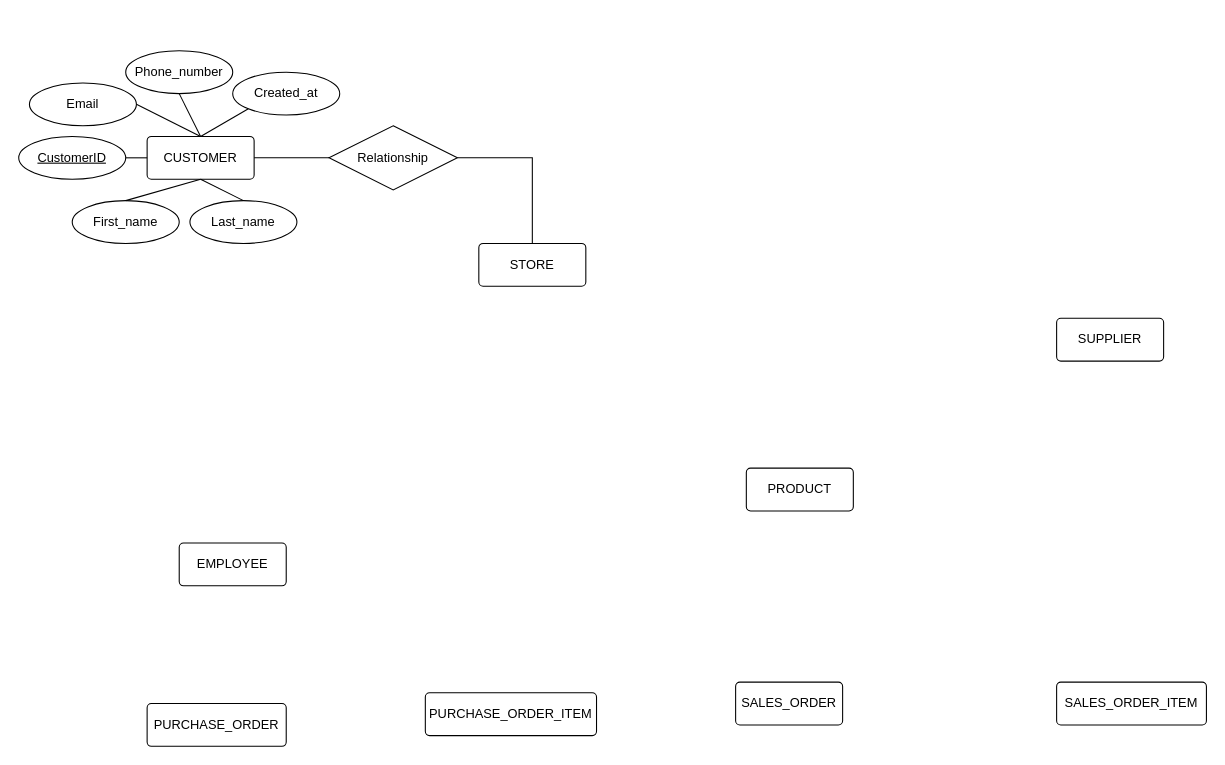
Before: diagrams/EER_563.drawio in Shantanu-Barua/prt563_dbdesign, a draw.io diagram. Source tidied: cells renumbered, new cells numbered last; positions are measured from the earlier drawing's top-left corner, leaving out a move shared by most shapes. Both pictures are drawn from the tidied source at 107%, with x=0, y=0 at pixel (18, 50).
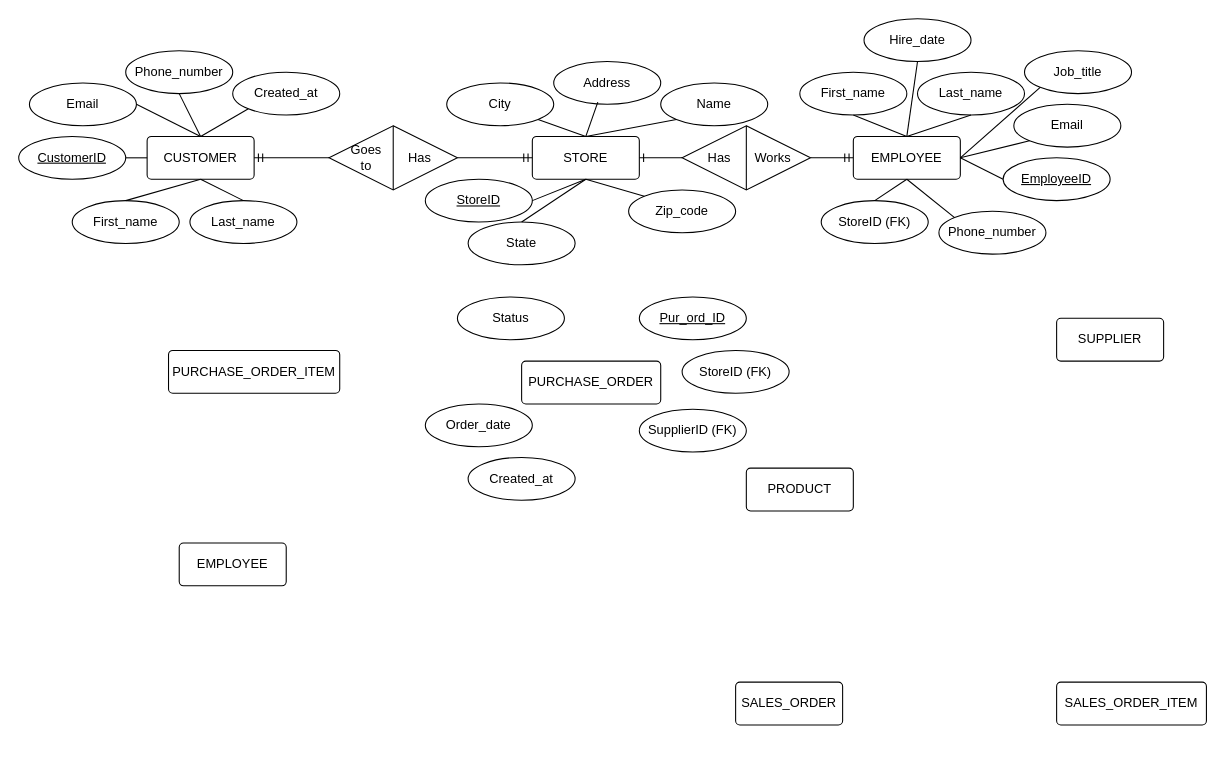
After the change.

Unchanged cells that the change refers to:
```xml
<mxCell id="2" value="CUSTOMER" style="rounded=1;arcSize=10;whiteSpace=wrap;html=1;align=center;" parent="1" vertex="1">
  <mxGeometry x="120" y="80" width="100" height="40" as="geometry" />
</mxCell>
```

What changed in the source:
```diff
@@
     <mxCell id="4" value="STORE" style="rounded=1;arcSize=10;whiteSpace=wrap;html=1;align=center;" parent="1" vertex="1">
-      <mxGeometry x="430" y="180" width="100" height="40" as="geometry" />
+      <mxGeometry x="480" y="80" width="100" height="40" as="geometry" />
     </mxCell>
@@
-    <mxCell id="9" value="PURCHASE_ORDER_ITEM" style="rounded=1;arcSize=10;whiteSpace=wrap;html=1;align=center;" parent="1" vertex="1">
-      <mxGeometry x="380" y="600" width="160" height="40" as="geometry" />
-    </mxCell>
-    <mxCell id="10" value="PURCHASE_ORDER" style="rounded=1;arcSize=10;whiteSpace=wrap;html=1;align=center;" parent="1" vertex="1">
-      <mxGeometry x="120" y="610" width="130" height="40" as="geometry" />
-    </mxCell>
@@
-    <mxCell id="12" value="Relationship" style="shape=rhombus;perimeter=rhombusPerimeter;whiteSpace=wrap;html=1;align=center;" parent="1" vertex="1">
-      <mxGeometry x="290" y="70" width="120" height="60" as="geometry" />
-    </mxCell>
@@
-    <mxCell id="24" style="endArrow=none;html=1;rounded=0;exitX=1;exitY=0.5;exitDx=0;exitDy=0;entryX=0;entryY=0.5;entryDx=0;entryDy=0;" parent="1" edge="1" source="2" target="12">
-      <mxGeometry relative="1" as="geometry" />
-    </mxCell>
+    <mxCell id="26" style="edgeStyle=entityRelationEdgeStyle;fontSize=12;html=1;endArrow=ERmandOne;rounded=0;entryX=1;entryY=0.5;entryDx=0;entryDy=0;exitX=0;exitY=0.5;exitDx=0;exitDy=0;" parent="1" edge="1" source="12" target="2">
+      <mxGeometry relative="1" as="geometry">
+        <Array as="points">
+          <mxPoint x="520" y="100" />
+          <mxPoint x="490" y="120" />
+          <mxPoint x="530" y="100" />
+          <mxPoint x="510" y="110" />
+          <mxPoint x="520" y="10" />
+          <mxPoint x="590" />
+          <mxPoint x="490" y="140" />
+          <mxPoint x="510" y="100" />
+          <mxPoint x="500" y="90" />
+          <mxPoint x="500" y="140" />
+        </Array>
+      </mxGeometry>
+    </mxCell>
+    <mxCell id="27" style="edgeStyle=entityRelationEdgeStyle;fontSize=12;html=1;endArrow=ERmandOne;endFill=0;rounded=0;entryX=0;entryY=0.5;entryDx=0;entryDy=0;exitX=1;exitY=0.5;exitDx=0;exitDy=0;" parent="1" edge="1" source="62" target="40">
+      <mxGeometry relative="1" as="geometry" />
+    </mxCell>
+    <mxCell id="28" value="Name" style="ellipse;whiteSpace=wrap;html=1;align=center;" parent="1" vertex="1">
+      <mxGeometry x="600" y="30" width="100" height="40" as="geometry" />
+    </mxCell>
+    <mxCell id="29" value="&lt;u&gt;StoreID&lt;/u&gt;" style="ellipse;whiteSpace=wrap;html=1;align=center;" parent="1" vertex="1">
+      <mxGeometry x="380" y="120" width="100" height="40" as="geometry" />
+    </mxCell>
+    <mxCell id="30" value="Address" style="ellipse;whiteSpace=wrap;html=1;align=center;" parent="1" vertex="1">
+      <mxGeometry x="500" y="10" width="100" height="40" as="geometry" />
+    </mxCell>
+    <mxCell id="31" value="City" style="ellipse;whiteSpace=wrap;html=1;align=center;" parent="1" vertex="1">
+      <mxGeometry x="400" y="30" width="100" height="40" as="geometry" />
+    </mxCell>
+    <mxCell id="32" value="State" style="ellipse;whiteSpace=wrap;html=1;align=center;" parent="1" vertex="1">
+      <mxGeometry x="420" y="160" width="100" height="40" as="geometry" />
+    </mxCell>
+    <mxCell id="33" value="Zip_code" style="ellipse;whiteSpace=wrap;html=1;align=center;" parent="1" vertex="1">
+      <mxGeometry x="570" y="130" width="100" height="40" as="geometry" />
+    </mxCell>
+    <mxCell id="34" style="endArrow=none;html=1;rounded=0;exitX=0.412;exitY=0.95;exitDx=0;exitDy=0;entryX=0.5;entryY=0;entryDx=0;entryDy=0;exitPerimeter=0;" parent="1" edge="1" source="30" target="4">
+      <mxGeometry relative="1" as="geometry" />
+    </mxCell>
+    <mxCell id="35" style="endArrow=none;html=1;rounded=0;exitX=0;exitY=1;exitDx=0;exitDy=0;entryX=0.5;entryY=0;entryDx=0;entryDy=0;" parent="1" edge="1" source="28" target="4">
+      <mxGeometry relative="1" as="geometry" />
+    </mxCell>
+    <mxCell id="36" style="endArrow=none;html=1;rounded=0;exitX=1;exitY=1;exitDx=0;exitDy=0;entryX=0.5;entryY=0;entryDx=0;entryDy=0;" parent="1" edge="1" source="31" target="4">
+      <mxGeometry relative="1" as="geometry" />
+    </mxCell>
+    <mxCell id="37" style="endArrow=none;html=1;rounded=0;exitX=1;exitY=0.5;exitDx=0;exitDy=0;entryX=0.5;entryY=1;entryDx=0;entryDy=0;" parent="1" edge="1" source="29" target="4">
+      <mxGeometry relative="1" as="geometry" />
+    </mxCell>
+    <mxCell id="38" style="endArrow=none;html=1;rounded=0;exitX=0;exitY=0;exitDx=0;exitDy=0;entryX=0.5;entryY=1;entryDx=0;entryDy=0;" parent="1" edge="1" source="33" target="4">
+      <mxGeometry relative="1" as="geometry" />
+    </mxCell>
+    <mxCell id="39" style="endArrow=none;html=1;rounded=0;exitX=0.5;exitY=1;exitDx=0;exitDy=0;entryX=0.5;entryY=0;entryDx=0;entryDy=0;" parent="1" edge="1" source="4" target="32">
+      <mxGeometry relative="1" as="geometry" />
+    </mxCell>
+    <mxCell id="40" value="EMPLOYEE" style="rounded=1;arcSize=10;whiteSpace=wrap;html=1;align=center;" parent="1" vertex="1">
+      <mxGeometry x="780" y="80" width="100" height="40" as="geometry" />
+    </mxCell>
+    <mxCell id="41" value="&lt;u&gt;EmployeeID&lt;/u&gt;" style="ellipse;whiteSpace=wrap;html=1;align=center;" parent="1" vertex="1">
+      <mxGeometry x="920" y="100" width="100" height="40" as="geometry" />
+    </mxCell>
+    <mxCell id="42" value="First_name" style="ellipse;whiteSpace=wrap;html=1;align=center;" parent="1" vertex="1">
+      <mxGeometry x="730" y="20" width="100" height="40" as="geometry" />
+    </mxCell>
+    <mxCell id="43" value="Last_name" style="ellipse;whiteSpace=wrap;html=1;align=center;" parent="1" vertex="1">
+      <mxGeometry x="840" y="20" width="100" height="40" as="geometry" />
+    </mxCell>
+    <mxCell id="44" value="Email" style="ellipse;whiteSpace=wrap;html=1;align=center;" parent="1" vertex="1">
+      <mxGeometry x="930" y="50" width="100" height="40" as="geometry" />
+    </mxCell>
+    <mxCell id="45" value="Phone_number" style="ellipse;whiteSpace=wrap;html=1;align=center;" parent="1" vertex="1">
+      <mxGeometry x="860" y="150" width="100" height="40" as="geometry" />
+    </mxCell>
+    <mxCell id="46" value="StoreID (FK)" style="ellipse;whiteSpace=wrap;html=1;align=center;" parent="1" vertex="1">
+      <mxGeometry x="750" y="140" width="100" height="40" as="geometry" />
+    </mxCell>
+    <mxCell id="47" value="Hire_date" style="ellipse;whiteSpace=wrap;html=1;align=center;" parent="1" vertex="1">
+      <mxGeometry x="790" y="-30" width="100" height="40" as="geometry" />
+    </mxCell>
+    <mxCell id="48" value="Job_title" style="ellipse;whiteSpace=wrap;html=1;align=center;" parent="1" vertex="1">
+      <mxGeometry x="940" width="100" height="40" as="geometry" />
+    </mxCell>
+    <mxCell id="49" style="endArrow=none;html=1;rounded=0;exitX=0.5;exitY=1;exitDx=0;exitDy=0;entryX=0.5;entryY=0;entryDx=0;entryDy=0;" parent="1" edge="1" source="42" target="40">
+      <mxGeometry relative="1" as="geometry" />
+    </mxCell>
+    <mxCell id="50" style="endArrow=none;html=1;rounded=0;exitX=0.5;exitY=1;exitDx=0;exitDy=0;entryX=0.5;entryY=0;entryDx=0;entryDy=0;" parent="1" edge="1" source="47" target="40">
+      <mxGeometry relative="1" as="geometry" />
+    </mxCell>
+    <mxCell id="51" style="endArrow=none;html=1;rounded=0;exitX=0.5;exitY=1;exitDx=0;exitDy=0;" parent="1" edge="1" source="43">
+      <mxGeometry relative="1" as="geometry">
+        <mxPoint x="830" y="80" as="targetPoint" />
+      </mxGeometry>
+    </mxCell>
+    <mxCell id="52" style="endArrow=none;html=1;rounded=0;exitX=0;exitY=1;exitDx=0;exitDy=0;entryX=1;entryY=0.5;entryDx=0;entryDy=0;" parent="1" edge="1" source="48" target="40">
+      <mxGeometry relative="1" as="geometry" />
+    </mxCell>
+    <mxCell id="53" style="endArrow=none;html=1;rounded=0;exitX=1;exitY=0.5;exitDx=0;exitDy=0;entryX=0;entryY=1;entryDx=0;entryDy=0;" parent="1" edge="1" source="40" target="44">
+      <mxGeometry relative="1" as="geometry" />
+    </mxCell>
+    <mxCell id="54" style="endArrow=none;html=1;rounded=0;exitX=1;exitY=0.5;exitDx=0;exitDy=0;entryX=0;entryY=0.5;entryDx=0;entryDy=0;" parent="1" edge="1" source="40" target="41">
+      <mxGeometry relative="1" as="geometry" />
+    </mxCell>
+    <mxCell id="55" style="endArrow=none;html=1;rounded=0;exitX=0.5;exitY=1;exitDx=0;exitDy=0;entryX=0;entryY=0;entryDx=0;entryDy=0;" parent="1" edge="1" source="40" target="45">
+      <mxGeometry relative="1" as="geometry" />
+    </mxCell>
+    <mxCell id="56" style="endArrow=none;html=1;rounded=0;exitX=0.5;exitY=1;exitDx=0;exitDy=0;entryX=0.5;entryY=0;entryDx=0;entryDy=0;" parent="1" edge="1" source="40" target="46">
+      <mxGeometry relative="1" as="geometry" />
+    </mxCell>
+    <mxCell id="57" style="group;" parent="1" vertex="1">
+      <mxGeometry x="290" y="70" width="120" height="60" as="geometry" />
+    </mxCell>
+    <mxCell id="12" style="shape=rhombus;perimeter=rhombusPerimeter;whiteSpace=wrap;html=1;align=center;" parent="57" vertex="1">
+      <mxGeometry width="120" height="60" as="geometry" />
+    </mxCell>
+    <mxCell id="58" value="Has" style="rounded=0;whiteSpace=wrap;html=1;fillColor=none;strokeColor=none;" parent="57" vertex="1">
+      <mxGeometry x="70" y="20" width="30" height="20" as="geometry" />
+    </mxCell>
+    <mxCell id="59" value="Goes to" style="rounded=0;whiteSpace=wrap;html=1;fillColor=none;strokeColor=none;" parent="57" vertex="1">
+      <mxGeometry x="20" y="20" width="30" height="20" as="geometry" />
+    </mxCell>
+    <mxCell id="60" style="endArrow=none;html=1;rounded=0;exitX=0.5;exitY=0;exitDx=0;exitDy=0;entryX=0.5;entryY=1;entryDx=0;entryDy=0;" parent="57" edge="1" source="12" target="12">
+      <mxGeometry relative="1" as="geometry" />
+    </mxCell>
+    <mxCell id="61" style="group;" parent="1" vertex="1">
+      <mxGeometry x="620" y="70" width="120" height="60" as="geometry" />
+    </mxCell>
+    <mxCell id="62" style="shape=rhombus;perimeter=rhombusPerimeter;whiteSpace=wrap;html=1;align=center;" parent="61" vertex="1">
+      <mxGeometry width="120" height="60" as="geometry" />
+    </mxCell>
+    <mxCell id="63" value="Works" style="rounded=0;whiteSpace=wrap;html=1;fillColor=none;strokeColor=none;" parent="61" vertex="1">
+      <mxGeometry x="70" y="20" width="30" height="20" as="geometry" />
+    </mxCell>
+    <mxCell id="64" value="Has" style="rounded=0;whiteSpace=wrap;html=1;fillColor=none;strokeColor=none;" parent="61" vertex="1">
+      <mxGeometry x="20" y="20" width="30" height="20" as="geometry" />
+    </mxCell>
+    <mxCell id="65" style="endArrow=none;html=1;rounded=0;exitX=0.5;exitY=0;exitDx=0;exitDy=0;entryX=0.5;entryY=1;entryDx=0;entryDy=0;" parent="61" edge="1" source="62" target="62">
+      <mxGeometry relative="1" as="geometry" />
+    </mxCell>
-    <mxCell id="25" style="endArrow=none;html=1;rounded=0;exitX=1;exitY=0.5;exitDx=0;exitDy=0;entryX=0.5;entryY=0;entryDx=0;entryDy=0;" parent="1" edge="1" source="12" target="4">
-      <mxGeometry relative="1" as="geometry">
-        <Array as="points">
-          <mxPoint x="480" y="100" />
-        </Array>
-      </mxGeometry>
+    <mxCell id="25" style="edgeStyle=entityRelationEdgeStyle;fontSize=12;html=1;endArrow=ERmandOne;endFill=0;rounded=0;entryX=0;entryY=0.5;entryDx=0;entryDy=0;exitX=1;exitY=0.5;exitDx=0;exitDy=0;" parent="1" edge="1" source="12" target="4">
+      <mxGeometry relative="1" as="geometry" />
     </mxCell>
+    <mxCell id="66" style="edgeStyle=entityRelationEdgeStyle;fontSize=12;html=1;endArrow=ERone;rounded=0;entryX=1;entryY=0.5;entryDx=0;entryDy=0;exitX=0;exitY=0.5;exitDx=0;exitDy=0;endFill=0;" parent="1" edge="1" source="62" target="4">
+      <mxGeometry relative="1" as="geometry">
+        <Array as="points">
+          <mxPoint x="590" y="220" />
+          <mxPoint x="560" y="240" />
+          <mxPoint x="600" y="220" />
+          <mxPoint x="580" y="230" />
+          <mxPoint x="590" y="130" />
+          <mxPoint x="660" y="120" />
+          <mxPoint x="560" y="260" />
+          <mxPoint x="580" y="220" />
+          <mxPoint x="570" y="210" />
+          <mxPoint x="570" y="260" />
+        </Array>
+      </mxGeometry>
+    </mxCell>
+    <mxCell id="9" value="PURCHASE_ORDER_ITEM" style="rounded=1;arcSize=10;whiteSpace=wrap;html=1;align=center;" parent="1" vertex="1">
+      <mxGeometry x="140" y="280" width="160" height="40" as="geometry" />
+    </mxCell>
+    <mxCell id="10" value="PURCHASE_ORDER" style="rounded=1;arcSize=10;whiteSpace=wrap;html=1;align=center;" parent="1" vertex="1">
+      <mxGeometry x="470" y="290" width="130" height="40" as="geometry" />
+    </mxCell>
+    <mxCell id="67" value="&lt;u&gt;Pur_ord_ID&lt;/u&gt;" style="ellipse;whiteSpace=wrap;html=1;align=center;" parent="1" vertex="1">
+      <mxGeometry x="580" y="230" width="100" height="40" as="geometry" />
+    </mxCell>
+    <mxCell id="68" value="Status" style="ellipse;whiteSpace=wrap;html=1;align=center;" parent="1" vertex="1">
+      <mxGeometry x="410" y="230" width="100" height="40" as="geometry" />
+    </mxCell>
+    <mxCell id="69" value="StoreID (FK)" style="ellipse;whiteSpace=wrap;html=1;align=center;" parent="1" vertex="1">
+      <mxGeometry x="620" y="280" width="100" height="40" as="geometry" />
+    </mxCell>
+    <mxCell id="70" value="SupplierID (FK)" style="ellipse;whiteSpace=wrap;html=1;align=center;" parent="1" vertex="1">
+      <mxGeometry x="580" y="335" width="100" height="40" as="geometry" />
+    </mxCell>
+    <mxCell id="71" value="Order_date" style="ellipse;whiteSpace=wrap;html=1;align=center;" parent="1" vertex="1">
+      <mxGeometry x="380" y="330" width="100" height="40" as="geometry" />
+    </mxCell>
+    <mxCell id="72" value="Created_at" style="ellipse;whiteSpace=wrap;html=1;align=center;" parent="1" vertex="1">
+      <mxGeometry x="420" y="380" width="100" height="40" as="geometry" />
+    </mxCell>
```
